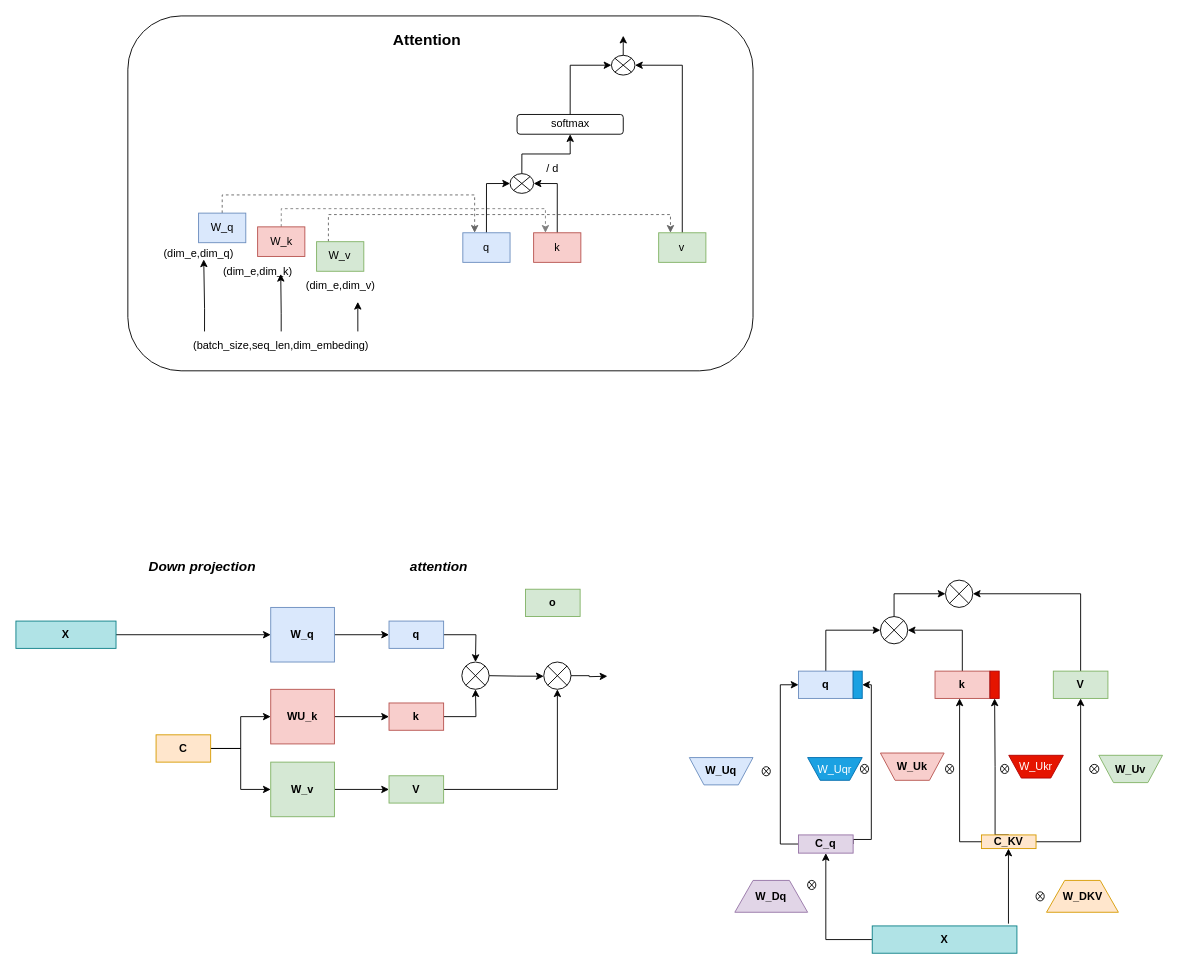
Before: assets/MLA.drawio in ShizhongP/dl-notes, a draw.io diagram. Source tidied: cells renumbered, new cells numbered last; positions are measured from the earlier drawing's top-left corner, leaving out a move shared by most shapes. Both pictures are drawn from the tidied source at 91%, with x=0, y=0 at pixel (15, 15).
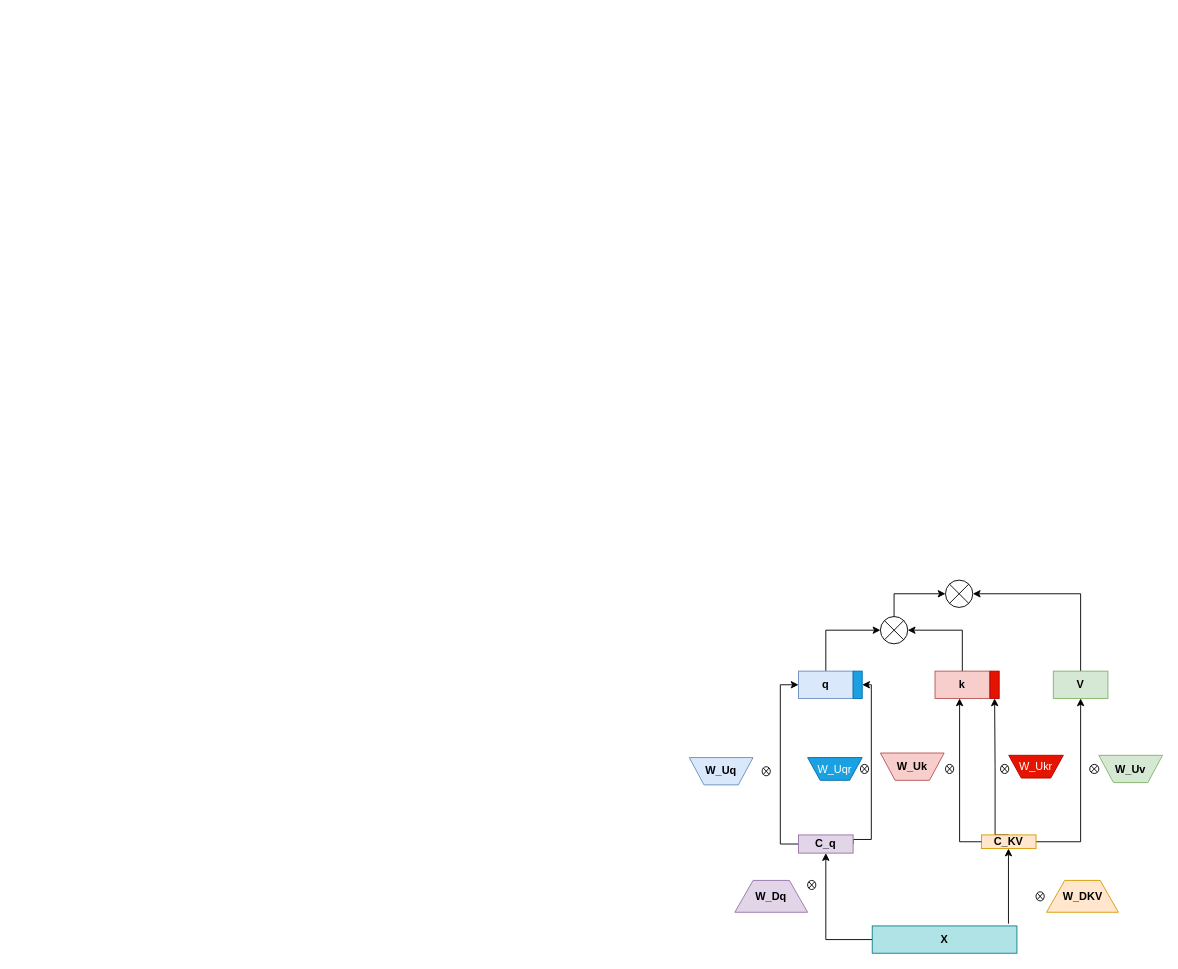
The same page after the edit.

What changed in the source:
```diff
@@
-    <mxCell id="2" style="edgeStyle=orthogonalEdgeStyle;rounded=0;jettySize=auto;html=1;exitX=1;exitY=0.5;exitDx=0;exitDy=0;entryX=0;entryY=0.5;entryDx=0;entryDy=0;" parent="1" edge="1" source="3" target="8">
-      <mxGeometry relative="1" as="geometry" />
-    </mxCell>
-    <mxCell id="3" value="&lt;b&gt;X&lt;/b&gt;" style="rounded=0;whiteSpace=wrap;html=1;fillColor=#b0e3e6;strokeColor=#0e8088;" parent="1" vertex="1">
-      <mxGeometry y="665" width="110" height="30" as="geometry" />
-    </mxCell>
-    <mxCell id="4" style="edgeStyle=orthogonalEdgeStyle;rounded=0;jettySize=auto;html=1;exitX=1;exitY=0.5;exitDx=0;exitDy=0;" parent="1" edge="1" source="6" target="10">
-      <mxGeometry relative="1" as="geometry" />
-    </mxCell>
-    <mxCell id="5" style="edgeStyle=orthogonalEdgeStyle;rounded=0;jettySize=auto;html=1;exitX=1;exitY=0.5;exitDx=0;exitDy=0;entryX=0;entryY=0.5;entryDx=0;entryDy=0;" parent="1" edge="1" source="6" target="24">
-      <mxGeometry relative="1" as="geometry" />
-    </mxCell>
-    <mxCell id="6" value="&lt;b&gt;C&lt;/b&gt;" style="rounded=0;whiteSpace=wrap;html=1;fillColor=#ffe6cc;strokeColor=#d79b00;" parent="1" vertex="1">
-      <mxGeometry x="154" y="790" width="60" height="30" as="geometry" />
-    </mxCell>
-    <mxCell id="7" style="edgeStyle=orthogonalEdgeStyle;rounded=0;jettySize=auto;html=1;exitX=1;exitY=0.5;exitDx=0;exitDy=0;entryX=0;entryY=0.5;entryDx=0;entryDy=0;" parent="1" edge="1" source="8" target="12">
-      <mxGeometry relative="1" as="geometry" />
-    </mxCell>
-    <mxCell id="8" value="&lt;b&gt;W_q&lt;/b&gt;" style="rounded=0;whiteSpace=wrap;html=1;fillColor=#dae8fc;strokeColor=#6c8ebf;" parent="1" vertex="1">
-      <mxGeometry x="280" y="650" width="70" height="60" as="geometry" />
-    </mxCell>
-    <mxCell id="9" style="edgeStyle=orthogonalEdgeStyle;rounded=0;jettySize=auto;html=1;exitX=1;exitY=0.5;exitDx=0;exitDy=0;" parent="1" edge="1" source="10" target="14">
-      <mxGeometry relative="1" as="geometry" />
-    </mxCell>
-    <mxCell id="10" value="&lt;b&gt;WU_k&lt;/b&gt;" style="rounded=0;whiteSpace=wrap;html=1;fillColor=#f8cecc;strokeColor=#b85450;" parent="1" vertex="1">
-      <mxGeometry x="280" y="740" width="70" height="60" as="geometry" />
-    </mxCell>
-    <mxCell id="11" style="edgeStyle=orthogonalEdgeStyle;rounded=0;jettySize=auto;html=1;exitX=1;exitY=0.5;exitDx=0;exitDy=0;entryX=0.5;entryY=0;entryDx=0;entryDy=0;" parent="1" edge="1" source="12">
-      <mxGeometry relative="1" as="geometry">
-        <mxPoint x="505" y="710" as="targetPoint" />
-      </mxGeometry>
-    </mxCell>
-    <mxCell id="12" value="&lt;b&gt;q&lt;/b&gt;" style="rounded=0;whiteSpace=wrap;html=1;fillColor=#dae8fc;strokeColor=#6c8ebf;" parent="1" vertex="1">
-      <mxGeometry x="410" y="665" width="60" height="30" as="geometry" />
-    </mxCell>
-    <mxCell id="13" style="edgeStyle=orthogonalEdgeStyle;rounded=0;jettySize=auto;html=1;exitX=1;exitY=0.5;exitDx=0;exitDy=0;entryX=0.5;entryY=1;entryDx=0;entryDy=0;" parent="1" edge="1" source="14">
-      <mxGeometry relative="1" as="geometry">
-        <mxPoint x="505" y="740" as="targetPoint" />
-      </mxGeometry>
-    </mxCell>
-    <mxCell id="14" value="&lt;b&gt;k&lt;/b&gt;" style="rounded=0;whiteSpace=wrap;html=1;fillColor=#f8cecc;strokeColor=#b85450;" parent="1" vertex="1">
-      <mxGeometry x="410" y="755" width="60" height="30" as="geometry" />
-    </mxCell>
-    <mxCell id="15" value="&lt;b&gt;&lt;i&gt;&lt;font style=&quot;font-size: 15px;&quot;&gt;Down projection&lt;/font&gt;&lt;/i&gt;&lt;/b&gt;" style="text;html=1;align=center;verticalAlign=middle;whiteSpace=wrap;rounded=0;" parent="1" vertex="1">
-      <mxGeometry x="130" y="590" width="150" height="30" as="geometry" />
-    </mxCell>
-    <mxCell id="16" value="&lt;b&gt;&lt;i&gt;&lt;font style=&quot;font-size: 15px;&quot;&gt;attention&lt;/font&gt;&lt;/i&gt;&lt;/b&gt;" style="text;html=1;align=center;verticalAlign=middle;whiteSpace=wrap;rounded=0;" parent="1" vertex="1">
-      <mxGeometry x="390" y="590" width="150" height="30" as="geometry" />
-    </mxCell>
-    <mxCell id="17" style="edgeStyle=orthogonalEdgeStyle;rounded=0;orthogonalLoop=1;jettySize=auto;html=1;exitX=1;exitY=0.5;exitDx=0;exitDy=0;" parent="1" edge="1">
-      <mxGeometry relative="1" as="geometry">
-        <mxPoint x="520" y="725" as="sourcePoint" />
-        <mxPoint x="580" y="725.6" as="targetPoint" />
-      </mxGeometry>
-    </mxCell>
-    <mxCell id="18" style="edgeStyle=orthogonalEdgeStyle;rounded=0;orthogonalLoop=1;jettySize=auto;html=1;exitX=0.5;exitY=1;exitDx=0;exitDy=0;" parent="1" edge="1" source="16" target="16">
-      <mxGeometry relative="1" as="geometry" />
-    </mxCell>
-    <mxCell id="19" style="shape=sumEllipse;perimeter=ellipsePerimeter;whiteSpace=wrap;html=1;backgroundOutline=1;" parent="1" vertex="1">
-      <mxGeometry x="490" y="710" width="30" height="30" as="geometry" />
-    </mxCell>
-    <mxCell id="20" style="edgeStyle=orthogonalEdgeStyle;rounded=0;jettySize=auto;html=1;exitX=1;exitY=0.5;exitDx=0;exitDy=0;" parent="1" edge="1" source="21">
-      <mxGeometry relative="1" as="geometry">
-        <mxPoint x="650" y="725.6" as="targetPoint" />
-      </mxGeometry>
-    </mxCell>
-    <mxCell id="21" style="shape=sumEllipse;perimeter=ellipsePerimeter;whiteSpace=wrap;html=1;backgroundOutline=1;" parent="1" vertex="1">
-      <mxGeometry x="580" y="710" width="30" height="30" as="geometry" />
-    </mxCell>
-    <mxCell id="22" style="edgeStyle=orthogonalEdgeStyle;rounded=0;jettySize=auto;html=1;exitX=1;exitY=0.5;exitDx=0;exitDy=0;entryX=0.5;entryY=1;entryDx=0;entryDy=0;" parent="1" edge="1" source="25" target="21">
-      <mxGeometry relative="1" as="geometry" />
-    </mxCell>
-    <mxCell id="23" style="edgeStyle=orthogonalEdgeStyle;rounded=0;jettySize=auto;html=1;exitX=1;exitY=0.5;exitDx=0;exitDy=0;entryX=0;entryY=0.5;entryDx=0;entryDy=0;" parent="1" edge="1" source="24" target="25">
-      <mxGeometry relative="1" as="geometry" />
-    </mxCell>
-    <mxCell id="24" value="&lt;b&gt;W_v&lt;/b&gt;" style="rounded=0;whiteSpace=wrap;html=1;fillColor=#d5e8d4;strokeColor=#82b366;" parent="1" vertex="1">
-      <mxGeometry x="280" y="820" width="70" height="60" as="geometry" />
-    </mxCell>
-    <mxCell id="25" value="&lt;b&gt;V&lt;/b&gt;" style="rounded=0;whiteSpace=wrap;html=1;fillColor=#d5e8d4;strokeColor=#82b366;" parent="1" vertex="1">
-      <mxGeometry x="410" y="835" width="60" height="30" as="geometry" />
-    </mxCell>
-    <mxCell id="26" value="&lt;b&gt;o&lt;/b&gt;" style="rounded=0;whiteSpace=wrap;html=1;fillColor=#d5e8d4;strokeColor=#82b366;" parent="1" vertex="1">
-      <mxGeometry x="560" y="630" width="60" height="30" as="geometry" />
-    </mxCell>
-    <mxCell id="27" style="group;" parent="1" vertex="1">
-      <mxGeometry x="110" width="700" height="390" as="geometry" />
-    </mxCell>
-    <mxCell id="28" style="rounded=1;whiteSpace=wrap;html=1;" parent="27" vertex="1">
-      <mxGeometry x="13" width="687" height="390" as="geometry" />
-    </mxCell>
-    <mxCell id="29" style="edgeStyle=orthogonalEdgeStyle;rounded=0;jettySize=auto;html=1;exitX=0.5;exitY=0;exitDx=0;exitDy=0;entryX=0.25;entryY=0;entryDx=0;entryDy=0;dashed=1;strokeColor=#666666;" parent="27" edge="1" source="30" target="38">
-      <mxGeometry relative="1" as="geometry" />
-    </mxCell>
-    <mxCell id="30" value="W_q" style="rounded=0;whiteSpace=wrap;html=1;fillColor=#dae8fc;strokeColor=#6c8ebf;" parent="27" vertex="1">
-      <mxGeometry x="90.7" y="216.7" width="51.9" height="32.5" as="geometry" />
-    </mxCell>
-    <mxCell id="31" style="edgeStyle=orthogonalEdgeStyle;rounded=0;jettySize=auto;html=1;exitX=0.5;exitY=0;exitDx=0;exitDy=0;entryX=0.25;entryY=0;entryDx=0;entryDy=0;dashed=1;strokeColor=#808080;" parent="27" edge="1" source="32" target="40">
-      <mxGeometry relative="1" as="geometry" />
-    </mxCell>
-    <mxCell id="32" value="W_k" style="rounded=0;whiteSpace=wrap;html=1;fillColor=#f8cecc;strokeColor=#b85450;" parent="27" vertex="1">
-      <mxGeometry x="155.6" y="231.8" width="51.9" height="32.5" as="geometry" />
-    </mxCell>
-    <mxCell id="33" style="edgeStyle=orthogonalEdgeStyle;rounded=0;jettySize=auto;html=1;exitX=0.25;exitY=0;exitDx=0;exitDy=0;entryX=0.25;entryY=0;entryDx=0;entryDy=0;dashed=1;strokeColor=#666666;" parent="27" edge="1" source="34" target="42">
-      <mxGeometry relative="1" as="geometry" />
-    </mxCell>
-    <mxCell id="34" value="W_v" style="rounded=0;whiteSpace=wrap;html=1;fillColor=#d5e8d4;strokeColor=#82b366;" parent="27" vertex="1">
-      <mxGeometry x="220.4" y="248.1" width="51.9" height="32.5" as="geometry" />
-    </mxCell>
-    <mxCell id="35" style="edgeStyle=orthogonalEdgeStyle;rounded=0;jettySize=auto;html=1;exitX=0.75;exitY=0;exitDx=0;exitDy=0;" parent="27" edge="1" source="36">
-      <mxGeometry relative="1" as="geometry">
-        <mxPoint x="265.7" y="314.2" as="targetPoint" />
-      </mxGeometry>
-    </mxCell>
-    <mxCell id="36" value="(batch_size,seq_len,dim_embeding)" style="text;html=1;align=center;verticalAlign=middle;whiteSpace=wrap;rounded=0;" parent="27" vertex="1">
-      <mxGeometry x="13" y="346.7" width="337" height="32.5" as="geometry" />
-    </mxCell>
-    <mxCell id="37" style="edgeStyle=orthogonalEdgeStyle;rounded=0;jettySize=auto;html=1;exitX=0.5;exitY=0;exitDx=0;exitDy=0;entryX=0;entryY=0.5;entryDx=0;entryDy=0;" parent="27" edge="1" source="38" target="44">
-      <mxGeometry relative="1" as="geometry" />
-    </mxCell>
-    <mxCell id="38" value="q" style="rounded=0;whiteSpace=wrap;html=1;fillColor=#dae8fc;strokeColor=#6c8ebf;" parent="27" vertex="1">
-      <mxGeometry x="381.1" y="238.3" width="51.9" height="32.5" as="geometry" />
-    </mxCell>
-    <mxCell id="39" style="edgeStyle=orthogonalEdgeStyle;rounded=0;jettySize=auto;html=1;exitX=0.5;exitY=0;exitDx=0;exitDy=0;entryX=1;entryY=0.5;entryDx=0;entryDy=0;" parent="27" edge="1" source="40" target="44">
-      <mxGeometry relative="1" as="geometry" />
-    </mxCell>
-    <mxCell id="40" value="k" style="rounded=0;whiteSpace=wrap;html=1;fillColor=#f8cecc;strokeColor=#b85450;" parent="27" vertex="1">
-      <mxGeometry x="458.9" y="238.3" width="51.9" height="32.5" as="geometry" />
-    </mxCell>
-    <mxCell id="41" style="edgeStyle=orthogonalEdgeStyle;rounded=0;jettySize=auto;html=1;exitX=0.5;exitY=0;exitDx=0;exitDy=0;entryX=1;entryY=0.5;entryDx=0;entryDy=0;" parent="27" edge="1" source="42" target="48">
-      <mxGeometry relative="1" as="geometry" />
-    </mxCell>
-    <mxCell id="42" value="v" style="rounded=0;whiteSpace=wrap;html=1;fillColor=#d5e8d4;strokeColor=#82b366;" parent="27" vertex="1">
-      <mxGeometry x="596.3" y="238.3" width="51.9" height="32.5" as="geometry" />
-    </mxCell>
-    <mxCell id="43" style="edgeStyle=orthogonalEdgeStyle;rounded=0;jettySize=auto;html=1;exitX=0.5;exitY=0;exitDx=0;exitDy=0;entryX=0.5;entryY=1;entryDx=0;entryDy=0;" parent="27" edge="1" source="44" target="46">
-      <mxGeometry relative="1" as="geometry" />
-    </mxCell>
-    <mxCell id="44" style="shape=sumEllipse;perimeter=ellipsePerimeter;whiteSpace=wrap;html=1;backgroundOutline=1;" parent="27" vertex="1">
-      <mxGeometry x="433" y="173.3" width="25.9" height="21.7" as="geometry" />
-    </mxCell>
-    <mxCell id="45" style="edgeStyle=orthogonalEdgeStyle;rounded=0;jettySize=auto;html=1;exitX=0.5;exitY=0;exitDx=0;exitDy=0;entryX=0;entryY=0.5;entryDx=0;entryDy=0;" parent="27" edge="1" source="46" target="48">
-      <mxGeometry relative="1" as="geometry" />
-    </mxCell>
-    <mxCell id="46" value="softmax" style="rounded=1;whiteSpace=wrap;html=1;" parent="27" vertex="1">
-      <mxGeometry x="440.7" y="108.3" width="116.7" height="21.7" as="geometry" />
-    </mxCell>
-    <mxCell id="47" style="edgeStyle=orthogonalEdgeStyle;rounded=0;jettySize=auto;html=1;exitX=0.5;exitY=0;exitDx=0;exitDy=0;" parent="27" edge="1" source="48">
-      <mxGeometry relative="1" as="geometry">
-        <mxPoint x="557.4" y="21.7" as="targetPoint" />
-      </mxGeometry>
-    </mxCell>
-    <mxCell id="48" style="shape=sumEllipse;perimeter=ellipsePerimeter;whiteSpace=wrap;html=1;backgroundOutline=1;" parent="27" vertex="1">
-      <mxGeometry x="544.4" y="43.3" width="25.9" height="21.7" as="geometry" />
-    </mxCell>
-    <mxCell id="49" value="/ d" style="text;html=1;align=center;verticalAlign=middle;whiteSpace=wrap;rounded=0;" parent="27" vertex="1">
-      <mxGeometry x="440.7" y="151.7" width="77.8" height="32.5" as="geometry" />
-    </mxCell>
-    <mxCell id="50" value="(dim_e,dim_q)" style="text;html=1;align=center;verticalAlign=middle;whiteSpace=wrap;rounded=0;" parent="27" vertex="1">
-      <mxGeometry y="244.8" width="181.5" height="32.5" as="geometry" />
-    </mxCell>
-    <mxCell id="51" value="(dim_e,dim_k)" style="text;html=1;align=center;verticalAlign=middle;whiteSpace=wrap;rounded=0;" parent="27" vertex="1">
-      <mxGeometry x="64.8" y="264.3" width="181.5" height="32.5" as="geometry" />
-    </mxCell>
-    <mxCell id="52" value="(dim_e,dim_v)" style="text;html=1;align=center;verticalAlign=middle;whiteSpace=wrap;rounded=0;" parent="27" vertex="1">
-      <mxGeometry x="155.6" y="280.6" width="181.5" height="32.5" as="geometry" />
-    </mxCell>
-    <mxCell id="53" style="edgeStyle=orthogonalEdgeStyle;rounded=0;jettySize=auto;html=1;exitX=0.25;exitY=0;exitDx=0;exitDy=0;entryX=0.174;entryY=0.1;entryDx=0;entryDy=0;entryPerimeter=0;" parent="27" edge="1" source="36" target="51">
-      <mxGeometry relative="1" as="geometry" />
-    </mxCell>
-    <mxCell id="54" style="edgeStyle=orthogonalEdgeStyle;rounded=0;jettySize=auto;html=1;exitX=0.5;exitY=0;exitDx=0;exitDy=0;entryX=0.14;entryY=0.089;entryDx=0;entryDy=0;entryPerimeter=0;" parent="27" edge="1" source="36" target="52">
-      <mxGeometry relative="1" as="geometry" />
-    </mxCell>
-    <mxCell id="55" value="&lt;b&gt;&lt;font style=&quot;font-size: 17px;&quot;&gt;Attention&lt;/font&gt;&lt;/b&gt;" style="text;html=1;align=center;verticalAlign=middle;whiteSpace=wrap;rounded=0;" parent="27" vertex="1">
-      <mxGeometry x="303.3" y="10.8" width="77.8" height="32.5" as="geometry" />
-    </mxCell>
```
